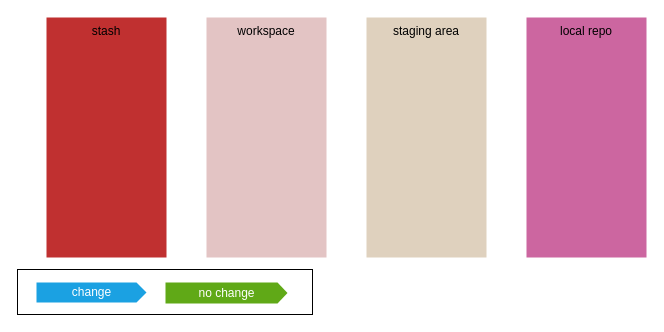
This is images/GitAreas.drawio from vScherb/GitInternals, a draw.io file, before an edit. Source tidied: cells renumbered, new cells numbered last; positions are measured from the earlier drawing's top-left corner, leaving out a move shared by most shapes. Both pictures are drawn from the tidied source at 100%, with x=0, y=0 at pixel (17, 17).
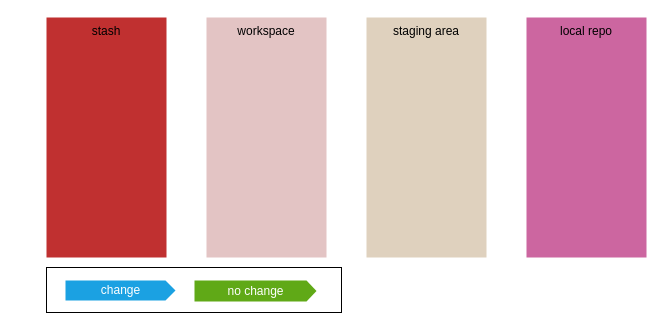
The same page after the edit.

The edit, as a diff of the source:
```diff
@@
 <mxGraphModel>
   <root>
     <mxCell id="0" />
     <mxCell id="1" parent="0" />
     <mxCell id="2" value="workspace" style="rounded=0;whiteSpace=wrap;html=1;fillColor=#e3c4c4;strokeColor=none;verticalAlign=top;" parent="1" vertex="1">
       <mxGeometry x="189" width="120" height="240" as="geometry" />
     </mxCell>
     <mxCell id="3" value="staging area" style="rounded=0;whiteSpace=wrap;html=1;fillColor=#dfd1be;strokeColor=none;verticalAlign=top;" parent="1" vertex="1">
       <mxGeometry x="349" width="120" height="240" as="geometry" />
     </mxCell>
     <mxCell id="4" value="local repo" style="rounded=0;whiteSpace=wrap;html=1;fillColor=#cc66a0;strokeColor=none;verticalAlign=top;" parent="1" vertex="1">
       <mxGeometry x="509" width="120" height="240" as="geometry" />
     </mxCell>
     <mxCell id="5" value="stash" style="rounded=0;whiteSpace=wrap;html=1;fillColor=#c03030;strokeColor=none;verticalAlign=top;" parent="1" vertex="1">
       <mxGeometry x="29" width="120" height="240" as="geometry" />
     </mxCell>
     <mxCell id="6" parent="0" />
+    <mxCell id="10" style="group;" parent="6" vertex="1">
+      <mxGeometry x="29" y="250" width="295" height="45" as="geometry" />
+    </mxCell>
-    <mxCell id="7" style="rounded=0;whiteSpace=wrap;html=1;" parent="6" vertex="1">
-      <mxGeometry y="252" width="295" height="45" as="geometry" />
+    <mxCell id="7" style="rounded=0;whiteSpace=wrap;html=1;" parent="10" vertex="1">
+      <mxGeometry width="295" height="45" as="geometry" />
     </mxCell>
-    <mxCell id="8" value="no change" style="html=1;shadow=0;dashed=0;align=center;verticalAlign=middle;shape=mxgraph.arrows2.arrow;dy=0;dx=10;notch=0;fillColor=#60a917;fontColor=#ffffff;strokeColor=none;" parent="6" vertex="1">
-      <mxGeometry x="148" y="265" width="122" height="21" as="geometry" />
+    <mxCell id="8" value="no change" style="html=1;shadow=0;dashed=0;align=center;verticalAlign=middle;shape=mxgraph.arrows2.arrow;dy=0;dx=10;notch=0;fillColor=#60a917;fontColor=#ffffff;strokeColor=none;" parent="10" vertex="1">
+      <mxGeometry x="148" y="13" width="122" height="21" as="geometry" />
     </mxCell>
-    <mxCell id="9" value="change" style="html=1;shadow=0;dashed=0;align=center;verticalAlign=middle;shape=mxgraph.arrows2.arrow;dy=0;dx=10;notch=0;fillColor=#1ba1e2;fontColor=#ffffff;strokeColor=none;direction=east;" parent="6" vertex="1">
-      <mxGeometry x="19" y="265" width="110" height="20" as="geometry" />
+    <mxCell id="9" value="change" style="html=1;shadow=0;dashed=0;align=center;verticalAlign=middle;shape=mxgraph.arrows2.arrow;dy=0;dx=10;notch=0;fillColor=#1ba1e2;fontColor=#ffffff;strokeColor=none;direction=east;" parent="10" vertex="1">
+      <mxGeometry x="19" y="13" width="110" height="20" as="geometry" />
     </mxCell>
   </root>
 </mxGraphModel>
```
